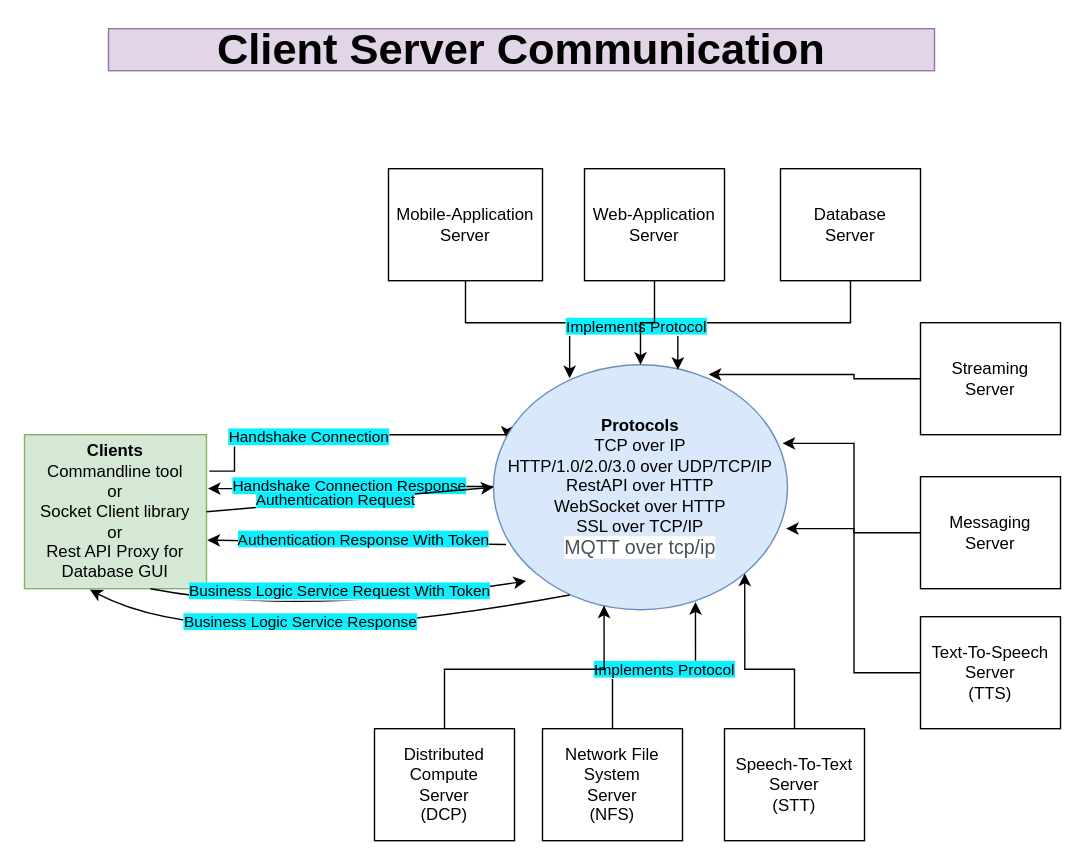
Before: ClientServerCommunication.drawio in rishant/system-design-architecture, a draw.io diagram. Source tidied: cells renumbered, new cells numbered last; positions are measured from the earlier drawing's top-left corner, leaving out a move shared by most shapes. Both pictures are drawn from the tidied source at 140%, with x=0, y=0 at pixel (24, 28).
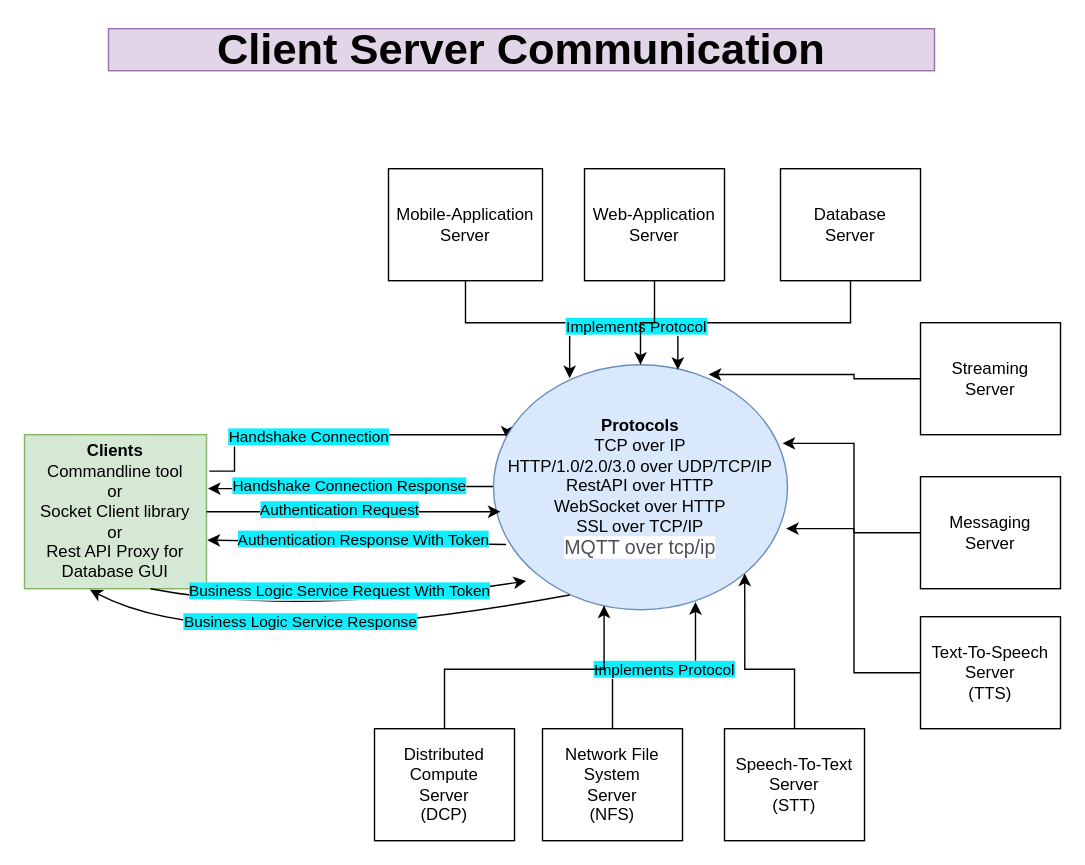
The same page after the edit.

The change refers to these unchanged cells:
```xml
<mxCell id="4" value="&lt;b&gt;Clients&lt;/b&gt;&lt;br&gt;Commandline tool&lt;br&gt;or&lt;br&gt;Socket Client library&lt;br&gt;or&lt;br&gt;Rest API Proxy for Database GUI" style="rounded=0;whiteSpace=wrap;html=1;fillColor=#d5e8d4;strokeColor=#82b366;" parent="1" vertex="1">
  <mxGeometry y="290" width="130" height="110" as="geometry" />
</mxCell>
<mxCell id="7" value="&lt;span&gt;&lt;b&gt;Protocols&lt;/b&gt;&lt;/span&gt;&lt;br&gt;&lt;span&gt;TCP over IP&lt;/span&gt;&lt;br&gt;&lt;span&gt;HTTP/1.0/2.0/3.0 over UDP/TCP/IP&lt;/span&gt;&lt;br&gt;&lt;span&gt;RestAPI over HTTP&lt;br&gt;WebSocket over HTTP&lt;br&gt;SSL over TCP/IP&lt;br&gt;&lt;/span&gt;&lt;span style=&quot;color: rgb(77 , 81 , 86) ; font-family: &amp;#34;arial&amp;#34; , sans-serif ; font-size: 14px ; text-align: left ; background-color: rgb(255 , 255 , 255)&quot;&gt;MQTT over tcp/ip&lt;/span&gt;&lt;span&gt;&lt;br&gt;&lt;/span&gt;" style="ellipse;whiteSpace=wrap;html=1;fillColor=#dae8fc;strokeColor=#6c8ebf;" parent="1" vertex="1">
  <mxGeometry x="335" y="240" width="210" height="175" as="geometry" />
</mxCell>
```

Change to the diagram source:
```diff
@@
-    <mxCell id="29" style="curved=1;endArrow=classic;html=1;rounded=0;exitX=1;exitY=0.5;exitDx=0;exitDy=0;entryX=0;entryY=0.5;entryDx=0;entryDy=0;" parent="1" edge="1" source="4" target="7">
-      <mxGeometry relative="1" as="geometry" />
+    <mxCell id="29" style="curved=1;endArrow=classic;html=1;rounded=0;exitX=1;exitY=0.5;exitDx=0;exitDy=0;" parent="1" edge="1" source="4">
+      <mxGeometry relative="1" as="geometry">
+        <mxPoint x="340" y="345" as="targetPoint" />
+      </mxGeometry>
     </mxCell>
```
